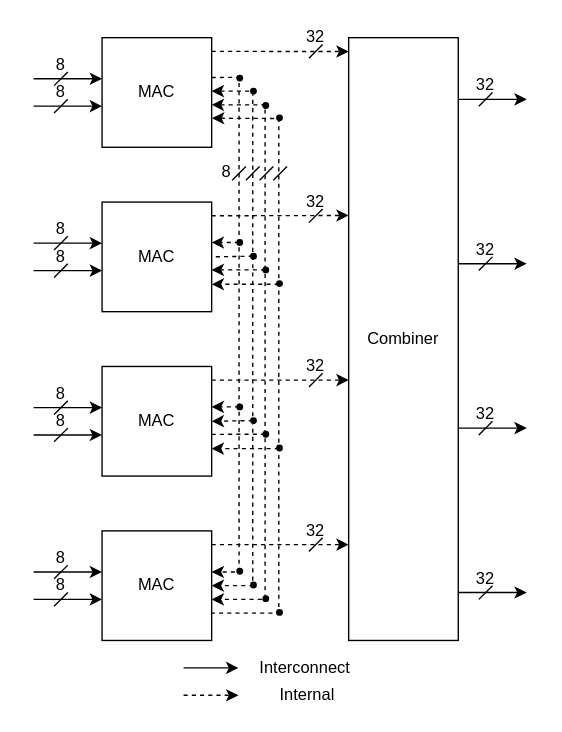
Earlier version of the draw.io diagram page "cluster-design" (1 of 4) of diagrams/mac_design.drawio (ucb-cs250/mac_team). Source tidied: cells renumbered, new cells numbered last; positions are measured from the earlier drawing's top-left corner, leaving out a move shared by most shapes. Both pictures are drawn from the tidied source at 137%, with x=0, y=0 at pixel (33, 23).
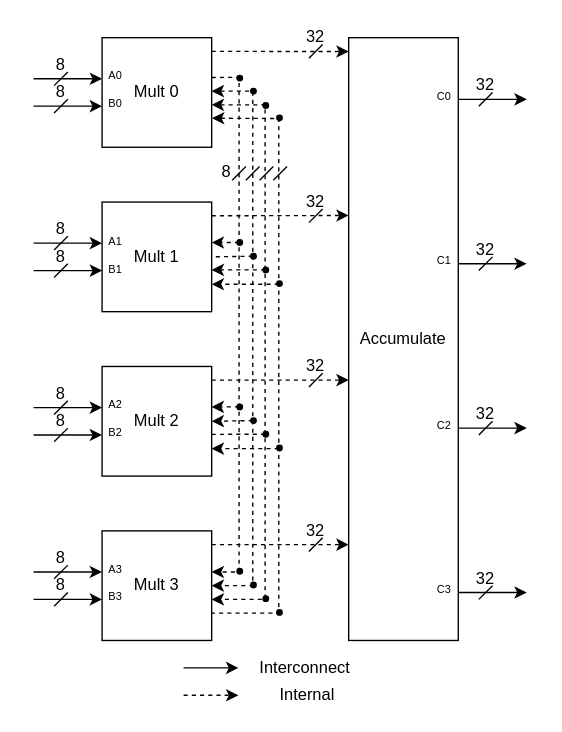
Above is the later version.

What changed in the source:
```diff
@@
-    <mxCell id="2" value="MAC" style="whiteSpace=wrap;html=1;" parent="1" vertex="1">
+    <mxCell id="2" value="Mult 0" style="whiteSpace=wrap;html=1;" parent="1" vertex="1">
       <mxGeometry x="50" y="10" width="80" height="80" as="geometry" />
     </mxCell>
-    <mxCell id="3" value="MAC" style="whiteSpace=wrap;html=1;" parent="1" vertex="1">
+    <mxCell id="3" value="Mult 1" style="whiteSpace=wrap;html=1;" parent="1" vertex="1">
       <mxGeometry x="50" y="130" width="80" height="80" as="geometry" />
     </mxCell>
-    <mxCell id="4" value="MAC" style="whiteSpace=wrap;html=1;" parent="1" vertex="1">
+    <mxCell id="4" value="Mult 2" style="whiteSpace=wrap;html=1;" parent="1" vertex="1">
       <mxGeometry x="50" y="250" width="80" height="80" as="geometry" />
     </mxCell>
-    <mxCell id="5" value="MAC" style="whiteSpace=wrap;html=1;" parent="1" vertex="1">
+    <mxCell id="5" value="Mult 3" style="whiteSpace=wrap;html=1;" parent="1" vertex="1">
       <mxGeometry x="50" y="370" width="80" height="80" as="geometry" />
     </mxCell>
-    <mxCell id="6" value="Combiner" style="rounded=0;whiteSpace=wrap;html=1;" parent="1" vertex="1">
+    <mxCell id="6" value="Accumulate" style="rounded=0;whiteSpace=wrap;html=1;" parent="1" vertex="1">
       <mxGeometry x="230" y="10" width="80" height="440" as="geometry" />
     </mxCell>
@@
+    <mxCell id="92" value="&lt;font style=&quot;font-size: 8px&quot;&gt;A0&lt;/font&gt;" style="text;html=1;strokeColor=none;fillColor=none;align=center;verticalAlign=middle;whiteSpace=wrap;rounded=0;" parent="1" vertex="1">
+      <mxGeometry x="50" y="27" width="20" height="19.5" as="geometry" />
+    </mxCell>
+    <mxCell id="93" value="&lt;font style=&quot;font-size: 8px&quot;&gt;B0&lt;/font&gt;" style="text;html=1;strokeColor=none;fillColor=none;align=center;verticalAlign=middle;whiteSpace=wrap;rounded=0;" parent="1" vertex="1">
+      <mxGeometry x="50" y="46.5" width="20" height="20" as="geometry" />
+    </mxCell>
+    <mxCell id="94" value="&lt;font style=&quot;font-size: 8px&quot;&gt;A1&lt;/font&gt;" style="text;html=1;strokeColor=none;fillColor=none;align=center;verticalAlign=middle;whiteSpace=wrap;rounded=0;" parent="1" vertex="1">
+      <mxGeometry x="50" y="148.2" width="20" height="19.5" as="geometry" />
+    </mxCell>
+    <mxCell id="95" value="&lt;font style=&quot;font-size: 8px&quot;&gt;B1&lt;/font&gt;" style="text;html=1;strokeColor=none;fillColor=none;align=center;verticalAlign=middle;whiteSpace=wrap;rounded=0;" parent="1" vertex="1">
+      <mxGeometry x="50" y="167.8" width="20" height="20" as="geometry" />
+    </mxCell>
+    <mxCell id="96" value="&lt;font style=&quot;font-size: 8px&quot;&gt;A2&lt;/font&gt;" style="text;html=1;strokeColor=none;fillColor=none;align=center;verticalAlign=middle;whiteSpace=wrap;rounded=0;" parent="1" vertex="1">
+      <mxGeometry x="50" y="267.5" width="20" height="19.5" as="geometry" />
+    </mxCell>
+    <mxCell id="97" value="&lt;font style=&quot;font-size: 8px&quot;&gt;B2&lt;/font&gt;" style="text;html=1;strokeColor=none;fillColor=none;align=center;verticalAlign=middle;whiteSpace=wrap;rounded=0;" parent="1" vertex="1">
+      <mxGeometry x="50" y="287" width="20" height="20" as="geometry" />
+    </mxCell>
+    <mxCell id="98" value="&lt;font style=&quot;font-size: 8px&quot;&gt;A3&lt;/font&gt;" style="text;html=1;strokeColor=none;fillColor=none;align=center;verticalAlign=middle;whiteSpace=wrap;rounded=0;" parent="1" vertex="1">
+      <mxGeometry x="50" y="387.5" width="20" height="19.5" as="geometry" />
+    </mxCell>
+    <mxCell id="99" value="&lt;font style=&quot;font-size: 8px&quot;&gt;B3&lt;/font&gt;" style="text;html=1;strokeColor=none;fillColor=none;align=center;verticalAlign=middle;whiteSpace=wrap;rounded=0;" parent="1" vertex="1">
+      <mxGeometry x="50" y="407" width="20" height="20" as="geometry" />
+    </mxCell>
+    <mxCell id="100" value="&lt;font style=&quot;font-size: 8px&quot;&gt;C0&lt;/font&gt;" style="text;html=1;strokeColor=none;fillColor=none;align=center;verticalAlign=middle;whiteSpace=wrap;rounded=0;" parent="1" vertex="1">
+      <mxGeometry x="290" y="42" width="20" height="19.5" as="geometry" />
+    </mxCell>
+    <mxCell id="101" value="&lt;font style=&quot;font-size: 8px&quot;&gt;C1&lt;/font&gt;" style="text;html=1;strokeColor=none;fillColor=none;align=center;verticalAlign=middle;whiteSpace=wrap;rounded=0;" parent="1" vertex="1">
+      <mxGeometry x="290" y="162.5" width="20" height="19.5" as="geometry" />
+    </mxCell>
+    <mxCell id="102" value="&lt;font style=&quot;font-size: 8px&quot;&gt;C2&lt;/font&gt;" style="text;html=1;strokeColor=none;fillColor=none;align=center;verticalAlign=middle;whiteSpace=wrap;rounded=0;" parent="1" vertex="1">
+      <mxGeometry x="290" y="282" width="20" height="19.5" as="geometry" />
+    </mxCell>
+    <mxCell id="103" value="&lt;font style=&quot;font-size: 8px&quot;&gt;C3&lt;/font&gt;" style="text;html=1;strokeColor=none;fillColor=none;align=center;verticalAlign=middle;whiteSpace=wrap;rounded=0;" parent="1" vertex="1">
+      <mxGeometry x="290" y="402.5" width="20" height="19.5" as="geometry" />
+    </mxCell>
```
